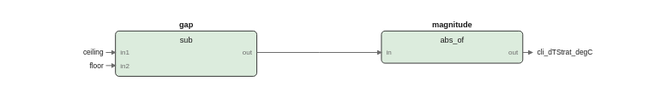
Before: images/logic/strat_fbd.drawio.svg, a diagram exported from draw.io (pstch/botanik2). Source tidied: cells renumbered, new cells last; positions are measured from the earlier drawing's top-left corner, leaving out a move shared by most shapes. Source of this version:
```xml
<mxGraphModel>
  <root>
    <mxCell id="0" />
    <mxCell id="1" parent="0" />
    <mxCell id="2" style="rounded=1;fillColor=#dcecdd;strokeColor=#1a1a1a;whiteSpace=wrap;html=1;fontSize=8;" parent="1" vertex="1">
      <mxGeometry x="10" y="10" width="118" height="38" as="geometry" />
    </mxCell>
    <mxCell id="3" value="gap" style="text;html=1;fontSize=6;fontColor=#1a1a1a;align=center;fontStyle=1;" parent="1" vertex="1">
      <mxGeometry x="69" y="0.4" width="40" height="10.6" as="geometry" />
    </mxCell>
    <mxCell id="4" value="sub" style="text;html=1;fontSize=6;fontColor=#1a1a1a;align=center;" parent="1" vertex="1">
      <mxGeometry x="69" y="13.4" width="40" height="10.6" as="geometry" />
    </mxCell>
    <mxCell id="5" value="in1" style="text;html=1;fontSize=5;fontColor=#6b6b6b;align=left;" parent="1" vertex="1">
      <mxGeometry x="14" y="24.2" width="40" height="9.8" as="geometry" />
    </mxCell>
    <mxCell id="6" value="in2" style="text;html=1;fontSize=5;fontColor=#6b6b6b;align=left;" parent="1" vertex="1">
      <mxGeometry x="14" y="35.2" width="40" height="9.8" as="geometry" />
    </mxCell>
    <mxCell id="7" value="out" style="text;html=1;fontSize=5;fontColor=#6b6b6b;align=left;" parent="1" vertex="1">
      <mxGeometry x="124" y="24.2" width="40" height="9.8" as="geometry" />
    </mxCell>
    <mxCell id="8" style="rounded=1;fillColor=#dcecdd;strokeColor=#1a1a1a;whiteSpace=wrap;html=1;fontSize=8;" parent="1" vertex="1">
      <mxGeometry x="232" y="10" width="118" height="27" as="geometry" />
    </mxCell>
    <mxCell id="9" value="magnitude" style="text;html=1;fontSize=6;fontColor=#1a1a1a;align=center;fontStyle=1;" parent="1" vertex="1">
      <mxGeometry x="291" y="0.4" width="45" height="10.6" as="geometry" />
    </mxCell>
    <mxCell id="10" value="abs_of" style="text;html=1;fontSize=6;fontColor=#1a1a1a;align=center;" parent="1" vertex="1">
      <mxGeometry x="291" y="13.4" width="40" height="10.6" as="geometry" />
    </mxCell>
    <mxCell id="11" value="in" style="text;html=1;fontSize=5;fontColor=#6b6b6b;align=left;" parent="1" vertex="1">
      <mxGeometry x="236" y="24.2" width="40" height="9.8" as="geometry" />
    </mxCell>
    <mxCell id="12" value="out" style="text;html=1;fontSize=5;fontColor=#6b6b6b;align=left;" parent="1" vertex="1">
      <mxGeometry x="346" y="24.2" width="40" height="9.8" as="geometry" />
    </mxCell>
    <mxCell id="13" style="edgeStyle=none;html=1;strokeColor=#6b6b6b;endArrow=block;" parent="1" edge="1">
      <mxGeometry relative="1" as="geometry">
        <mxPoint x="128" y="28" as="sourcePoint" />
        <mxPoint x="232" y="28" as="targetPoint" />
        <Array as="points">
          <mxPoint x="180" y="28" />
          <mxPoint x="180" y="28" />
        </Array>
      </mxGeometry>
    </mxCell>
    <mxCell id="14" value="ceiling" style="text;html=1;fontSize=6;fontColor=#1a1a1a;align=left;" parent="1" vertex="1">
      <mxGeometry y="24" width="40" height="10" as="geometry" />
    </mxCell>
    <mxCell id="15" style="edgeStyle=none;html=1;strokeColor=#6b6b6b;endArrow=block;" parent="1" edge="1">
      <mxGeometry relative="1" as="geometry">
        <mxPoint x="2" y="28" as="sourcePoint" />
        <mxPoint x="10" y="28" as="targetPoint" />
      </mxGeometry>
    </mxCell>
    <mxCell id="16" value="floor" style="text;html=1;fontSize=6;fontColor=#1a1a1a;align=left;" parent="1" vertex="1">
      <mxGeometry y="35" width="40" height="10" as="geometry" />
    </mxCell>
    <mxCell id="17" style="edgeStyle=none;html=1;strokeColor=#6b6b6b;endArrow=block;" parent="1" edge="1">
      <mxGeometry relative="1" as="geometry">
        <mxPoint x="2" y="39" as="sourcePoint" />
        <mxPoint x="10" y="39" as="targetPoint" />
      </mxGeometry>
    </mxCell>
    <mxCell id="18" style="edgeStyle=none;html=1;strokeColor=#6b6b6b;endArrow=block;" parent="1" edge="1">
      <mxGeometry relative="1" as="geometry">
        <mxPoint x="350" y="28" as="sourcePoint" />
        <mxPoint x="358" y="28" as="targetPoint" />
      </mxGeometry>
    </mxCell>
    <mxCell id="19" value="cli_dTStrat_degC" style="text;html=1;fontSize=6;fontColor=#1a1a1a;align=left;" parent="1" vertex="1">
      <mxGeometry x="362" y="24" width="80" height="10" as="geometry" />
    </mxCell>
  </root>
</mxGraphModel>
```
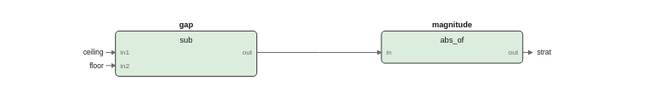
After the change.

What changed in the source:
```diff
@@ -69,8 +69,8 @@
         <mxPoint x="358" y="28" as="targetPoint" />
       </mxGeometry>
     </mxCell>
-    <mxCell id="19" value="cli_dTStrat_degC" style="text;html=1;fontSize=6;fontColor=#1a1a1a;align=left;" parent="1" vertex="1">
-      <mxGeometry x="362" y="24" width="80" height="10" as="geometry" />
+    <mxCell id="19" value="strat" style="text;html=1;fontSize=6;fontColor=#1a1a1a;align=left;" parent="1" vertex="1">
+      <mxGeometry x="362" y="24" width="40" height="10" as="geometry" />
     </mxCell>
   </root>
 </mxGraphModel>
```
